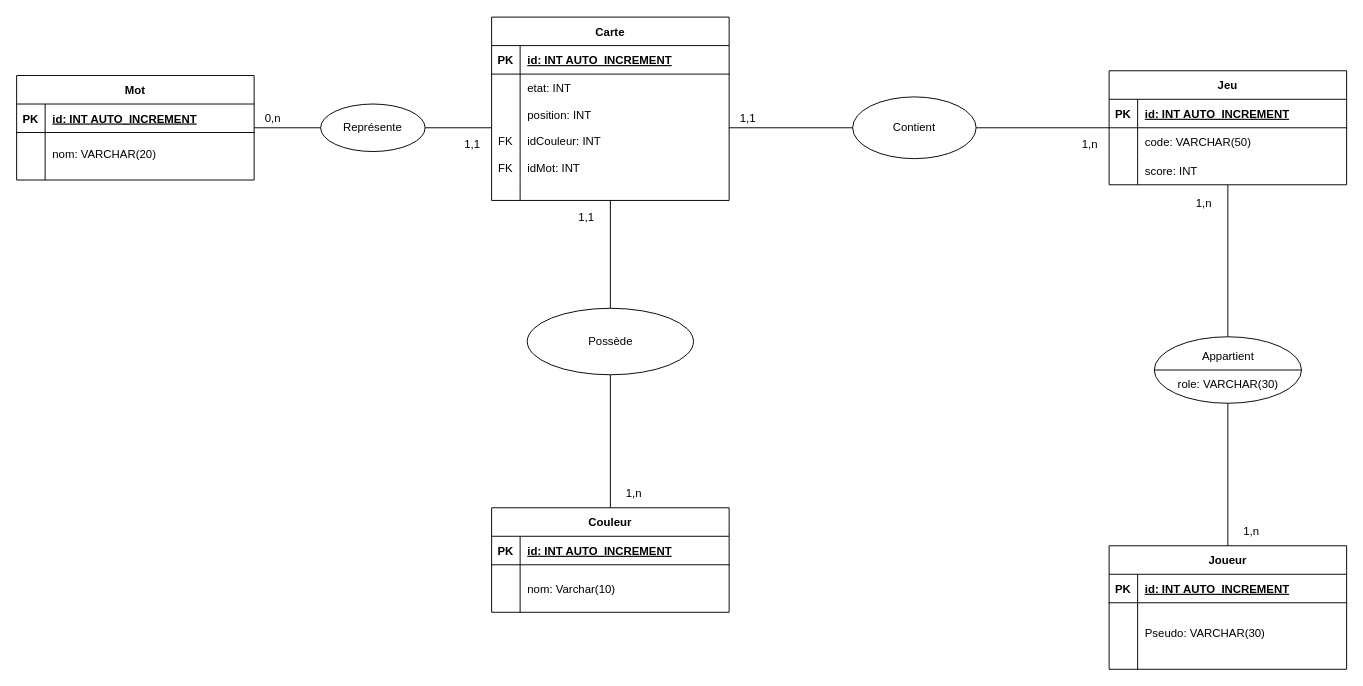
The draw.io diagram DEA.drawio in Arcturus34/PolyNames, before the edit. Source tidied: cells renumbered, new cells numbered last; positions are measured from the earlier drawing's top-left corner, leaving out a move shared by most shapes. Both pictures are drawn from the tidied source at 95%, with x=0, y=0 at pixel (16, 17).
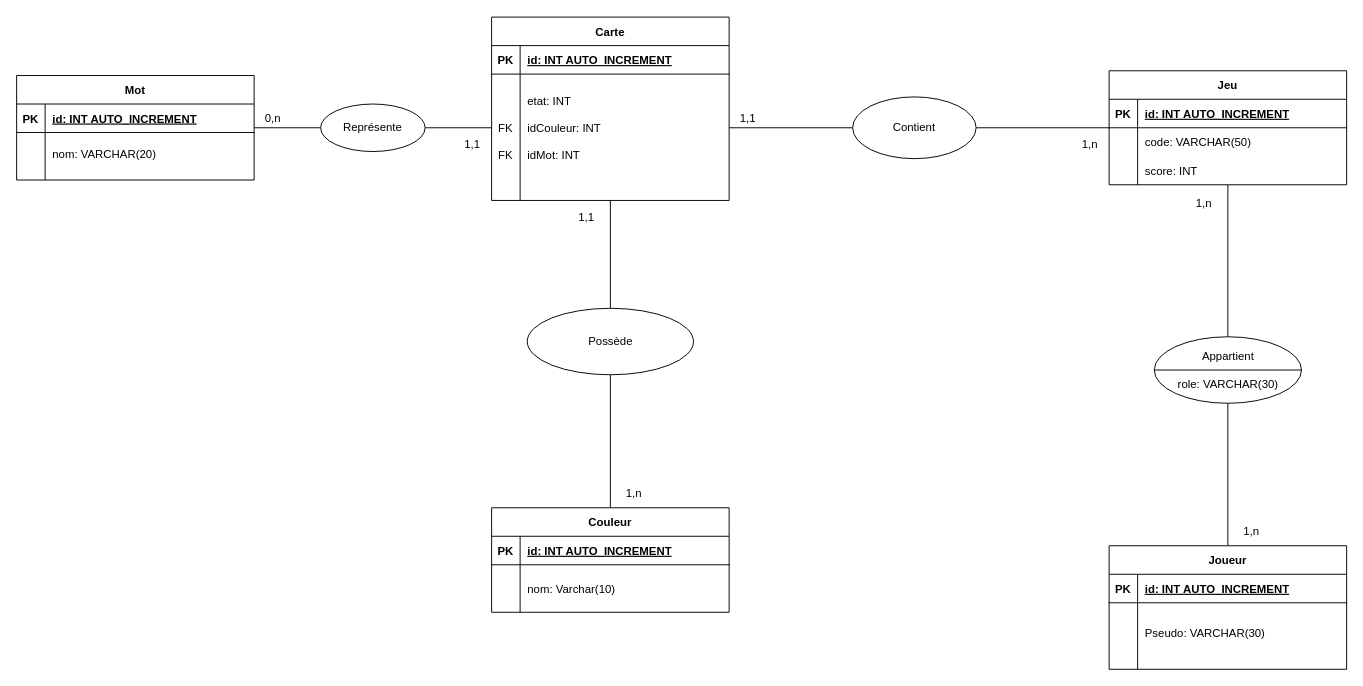
The same page after the edit.

The change refers to these unchanged cells:
```xml
<mxCell id="49" style="shape=partialRectangle;fillColor=none;points=[[0,0.5],[1,0.5]];portConstraint=eastwest;top=0;left=0;right=0;bottom=0;" parent="45" vertex="1">
  <mxGeometry y="60" width="250" height="113" as="geometry" />
</mxCell>
```

Change to the diagram source:
```diff
@@
-    <mxCell id="50" value="&#10;&#10;&#10;&#10;FK&#10;&#10;FK" style="shape=partialRectangle;overflow=hidden;fillColor=none;top=0;left=0;bottom=0;right=0;" parent="49" vertex="1">
+    <mxCell id="50" value="&#10;&#10;FK&#10;&#10;FK" style="shape=partialRectangle;overflow=hidden;fillColor=none;top=0;left=0;bottom=0;right=0;" parent="49" vertex="1">
       <mxGeometry width="30" height="113" as="geometry" />
     </mxCell>
-    <mxCell id="51" value="etat: INT&#10;&#10;position: INT&#10;&#10;idCouleur: INT&#10;&#10;idMot: INT" style="shape=partialRectangle;overflow=hidden;fillColor=none;top=0;left=0;bottom=0;right=0;align=left;spacingLeft=6;" parent="49" vertex="1">
+    <mxCell id="51" value="etat: INT&#10;&#10;idCouleur: INT&#10;&#10;idMot: INT" style="shape=partialRectangle;overflow=hidden;fillColor=none;top=0;left=0;bottom=0;right=0;align=left;spacingLeft=6;" parent="49" vertex="1">
       <mxGeometry x="30" width="220" height="113" as="geometry" />
     </mxCell>
```
